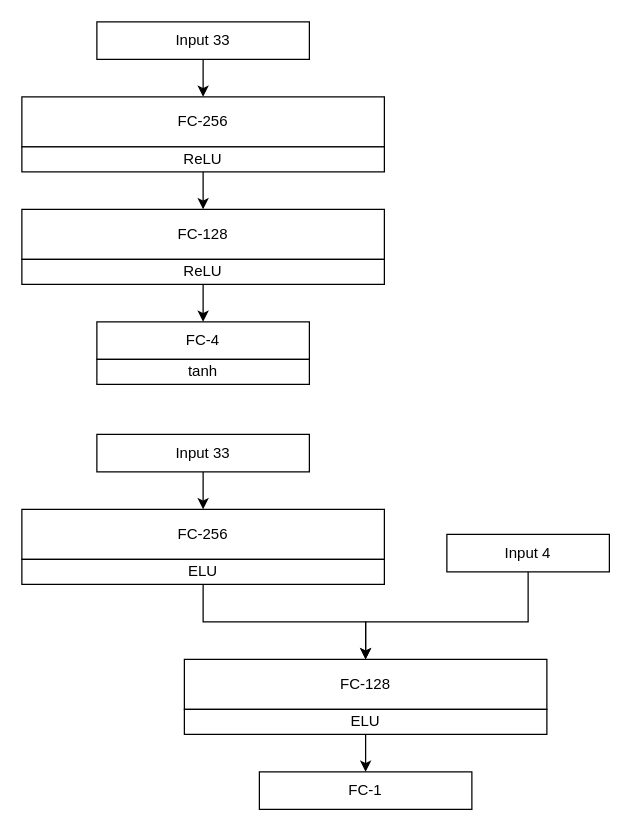
The draw.io diagram p2_nn_actor.drawio in asiopueo/udacity-rl-p2, before the edit. Source tidied: cells renumbered, new cells numbered last; positions are measured from the earlier drawing's top-left corner, leaving out a move shared by most shapes. Both pictures are drawn from the tidied source at 125%, with x=0, y=0 at pixel (21, 21).
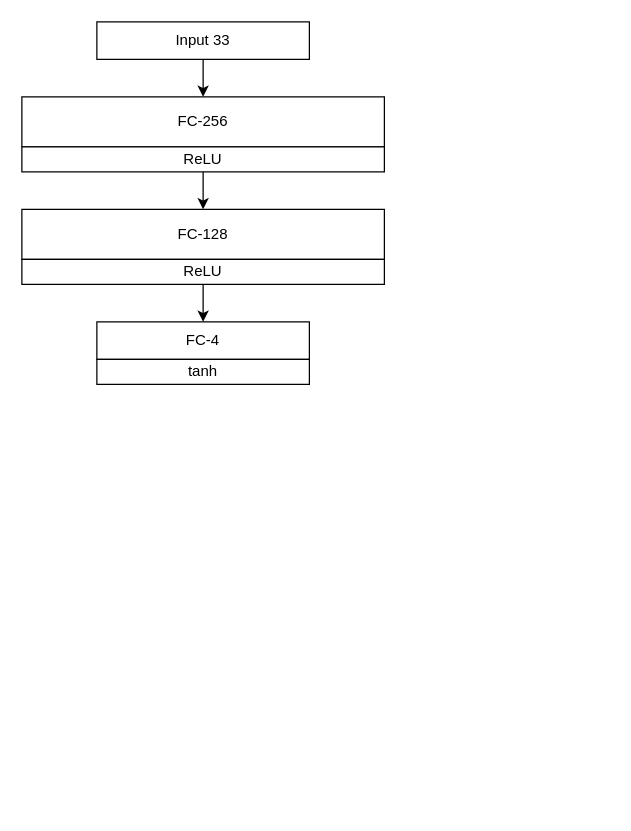
After the change.

Commit message (it also covers changes not shown here):
Modified ANN-drawings

The edit, as a diff of the source:
```diff
@@
-    <mxCell id="9" value="FC-256" style="rounded=0;whiteSpace=wrap;html=1;" parent="1" vertex="1">
-      <mxGeometry y="390" width="290" height="40" as="geometry" />
-    </mxCell>
-    <mxCell id="10" style="edgeStyle=orthogonalEdgeStyle;rounded=0;jettySize=auto;html=1;exitX=0.5;exitY=1;exitDx=0;exitDy=0;entryX=0.5;entryY=0;entryDx=0;entryDy=0;strokeWidth=1;" parent="1" edge="1" source="11" target="12">
-      <mxGeometry relative="1" as="geometry" />
-    </mxCell>
-    <mxCell id="11" value="ELU" style="rounded=0;whiteSpace=wrap;html=1;" parent="1" vertex="1">
-      <mxGeometry y="430" width="290" height="20" as="geometry" />
-    </mxCell>
-    <mxCell id="12" value="FC-128" style="rounded=0;whiteSpace=wrap;html=1;" parent="1" vertex="1">
-      <mxGeometry x="130" y="510" width="290" height="40" as="geometry" />
-    </mxCell>
-    <mxCell id="13" style="edgeStyle=orthogonalEdgeStyle;rounded=0;jettySize=auto;html=1;exitX=0.5;exitY=1;exitDx=0;exitDy=0;entryX=0.5;entryY=0;entryDx=0;entryDy=0;strokeWidth=1;" parent="1" edge="1" source="14" target="23">
-      <mxGeometry relative="1" as="geometry" />
-    </mxCell>
-    <mxCell id="14" value="ELU" style="rounded=0;whiteSpace=wrap;html=1;" parent="1" vertex="1">
-      <mxGeometry x="130" y="550" width="290" height="20" as="geometry" />
-    </mxCell>
-    <mxCell id="15" style="edgeStyle=orthogonalEdgeStyle;rounded=0;jettySize=auto;html=1;exitX=0.5;exitY=1;exitDx=0;exitDy=0;entryX=0.5;entryY=0;entryDx=0;entryDy=0;strokeWidth=1;" parent="1" edge="1" source="16" target="9">
-      <mxGeometry relative="1" as="geometry" />
-    </mxCell>
-    <mxCell id="16" value="Input 33" style="rounded=0;whiteSpace=wrap;html=1;" parent="1" vertex="1">
-      <mxGeometry x="60" y="330" width="170" height="30" as="geometry" />
-    </mxCell>
-    <mxCell id="17" style="edgeStyle=orthogonalEdgeStyle;rounded=0;jettySize=auto;html=1;exitX=0.5;exitY=1;exitDx=0;exitDy=0;entryX=0.5;entryY=0;entryDx=0;entryDy=0;strokeWidth=1;" parent="1" edge="1" source="18" target="12">
-      <mxGeometry relative="1" as="geometry">
-        <Array as="points">
-          <mxPoint x="405" y="480" />
-          <mxPoint x="275" y="480" />
-        </Array>
-      </mxGeometry>
-    </mxCell>
-    <mxCell id="18" value="Input 4" style="rounded=0;whiteSpace=wrap;html=1;" parent="1" vertex="1">
-      <mxGeometry x="340" y="410" width="130" height="30" as="geometry" />
-    </mxCell>
@@
-    <mxCell id="22" style="edgeStyle=orthogonalEdgeStyle;rounded=0;orthogonalLoop=1;jettySize=auto;html=1;exitX=0.5;exitY=1;exitDx=0;exitDy=0;strokeWidth=1;" parent="1" edge="1" source="14" target="14">
-      <mxGeometry relative="1" as="geometry" />
-    </mxCell>
-    <mxCell id="23" value="FC-1" style="rounded=0;whiteSpace=wrap;html=1;" parent="1" vertex="1">
-      <mxGeometry x="190" y="600" width="170" height="30" as="geometry" />
-    </mxCell>
```
